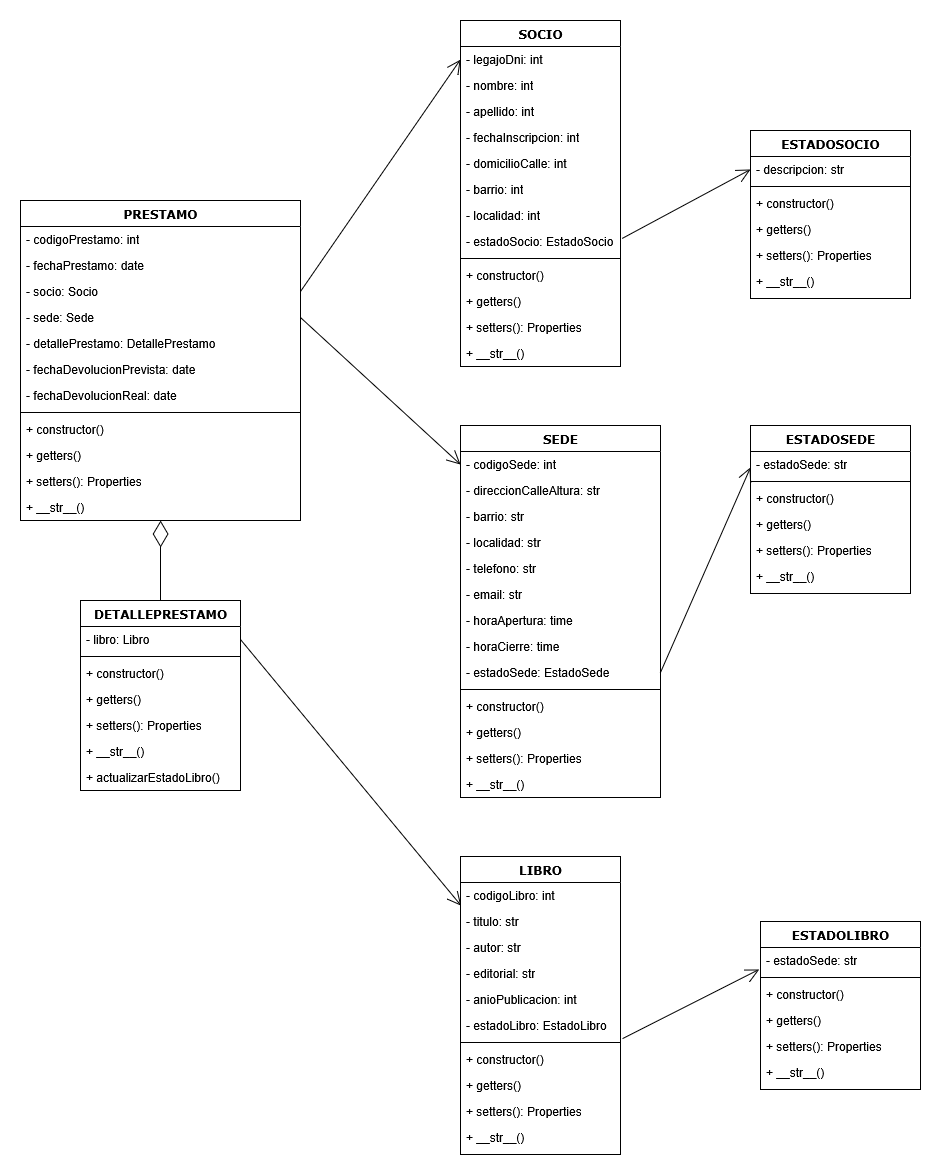
SergioGarzon/proyecto-dao keeps this draw.io diagram as Recursos/diagrama de clases.drawio.png. Above is the earlier version. Source tidied: cells renumbered, new cells last; positions are measured from the earlier drawing's top-left corner, leaving out a move shared by most shapes.
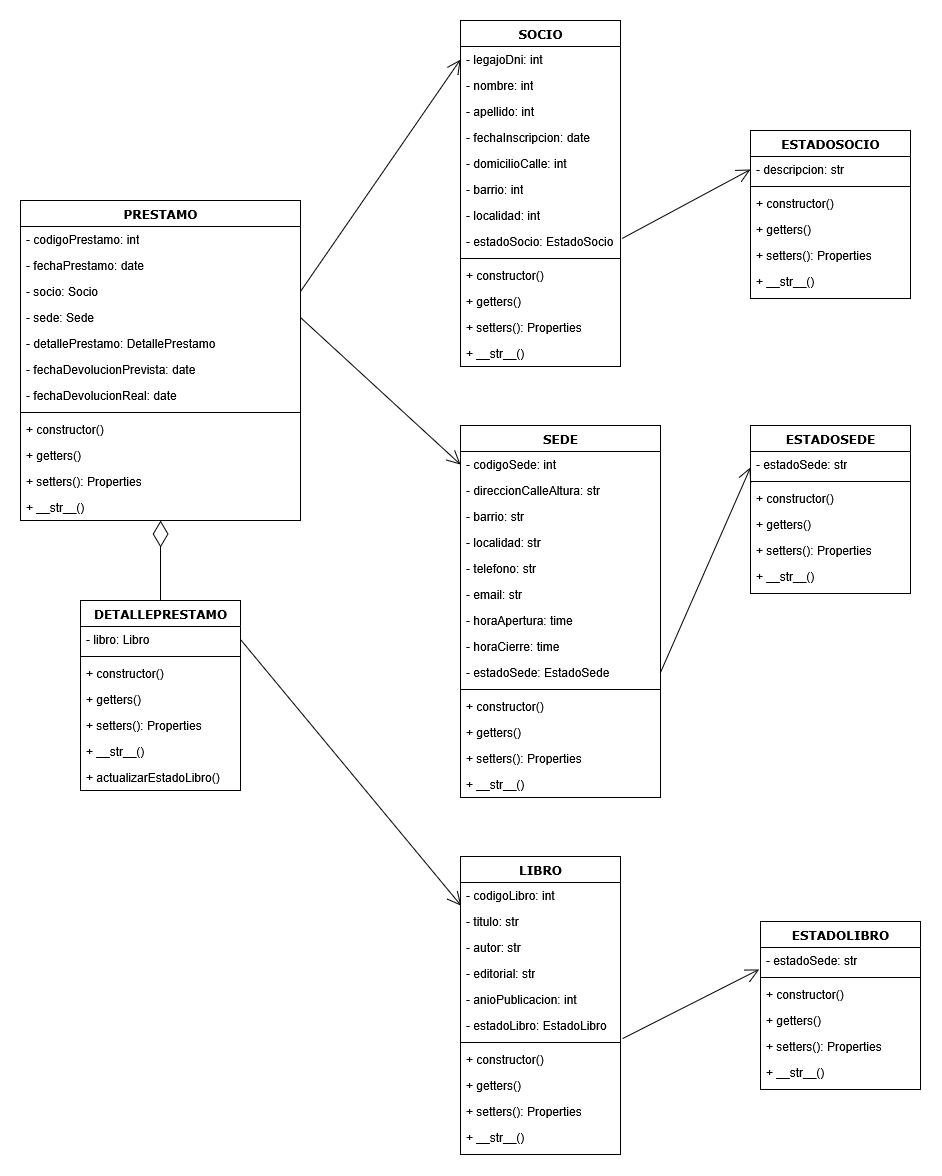
The same diagram one commit later.

Commit message:
docs: Actualizo el diagrama del archivo README.md y tambien subo el archivo .drawio actualizado

Change to the diagram source:
```diff
@@ -134,7 +134,7 @@
     <mxCell id="45" value="- apellido: int" style="text;html=1;strokeColor=none;fillColor=none;align=left;verticalAlign=top;spacingLeft=4;spacingRight=4;whiteSpace=wrap;overflow=hidden;" parent="42" vertex="1">
       <mxGeometry y="78" width="160" height="26" as="geometry" />
     </mxCell>
-    <mxCell id="46" value="- fechaInscripcion: int" style="text;html=1;strokeColor=none;fillColor=none;align=left;verticalAlign=top;spacingLeft=4;spacingRight=4;whiteSpace=wrap;overflow=hidden;" parent="42" vertex="1">
+    <mxCell id="46" value="- fechaInscripcion: date" style="text;html=1;strokeColor=none;fillColor=none;align=left;verticalAlign=top;spacingLeft=4;spacingRight=4;whiteSpace=wrap;overflow=hidden;" parent="42" vertex="1">
       <mxGeometry y="104" width="160" height="26" as="geometry" />
     </mxCell>
     <mxCell id="47" value="- domicilioCalle: int" style="text;html=1;strokeColor=none;fillColor=none;align=left;verticalAlign=top;spacingLeft=4;spacingRight=4;whiteSpace=wrap;overflow=hidden;" parent="42" vertex="1">
```
